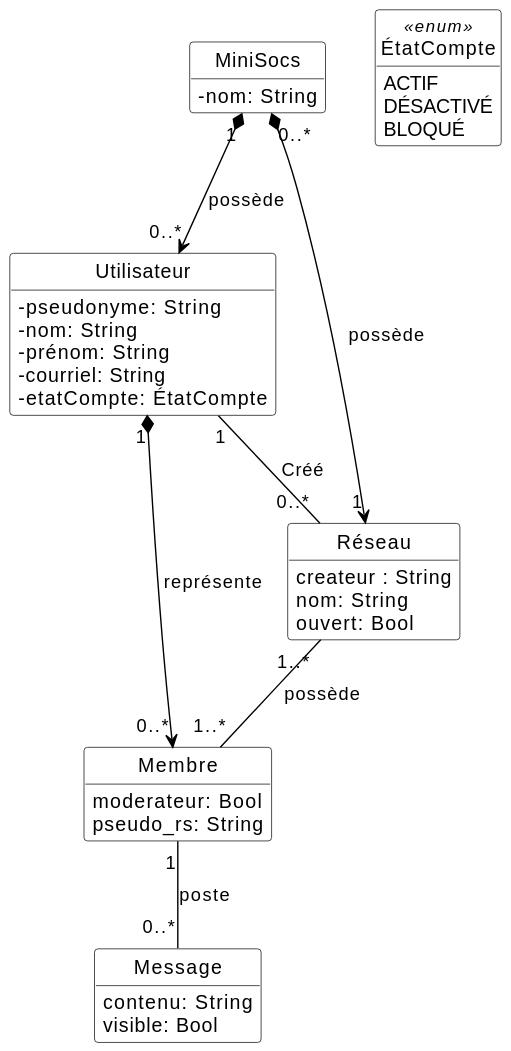
Earlier version of the PlantUML export Diagrammes/minisocs_uml_diag_classes_sans_notif.svg (HugoKD/MiniSoc).
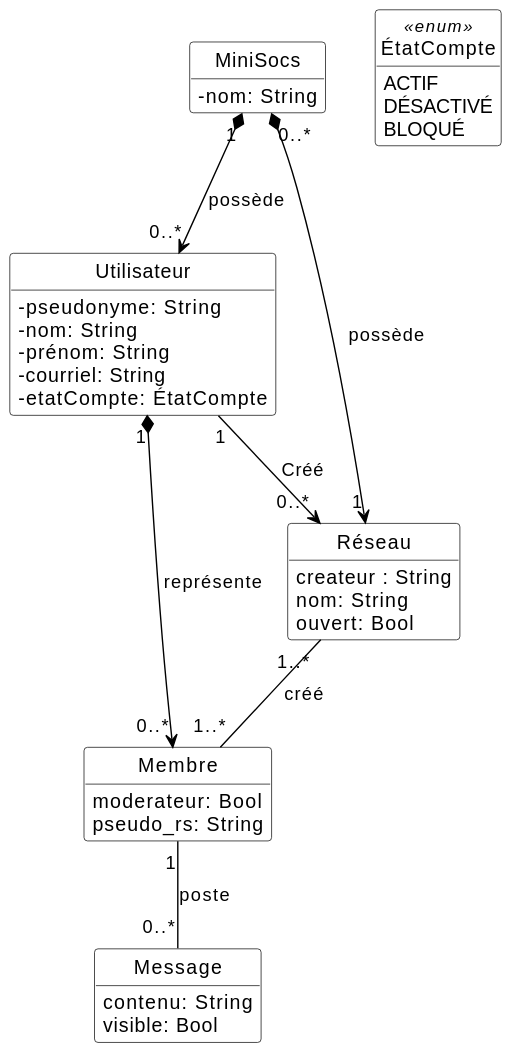
After the change.

Diff of the diagram source:
```diff
@@ -42,11 +42,11 @@
 MiniSocs "1" *--> "0..*" Utilisateur : possède
 MiniSocs "0..*" *--> "1" Réseau : possède
 
-Réseau "1..*" -- "1..*" Membre: possède
+Réseau "1..*" -- "1..*" Membre: créé
 
 Membre "1" -- "0..*" Message: poste
 
-Utilisateur "1" -- "0..*" Réseau: Créé
+Utilisateur "1" --> "0..*" Réseau: Créé
 Utilisateur "1" *--> "0..*" Membre: représente
 
 @enduml
```
